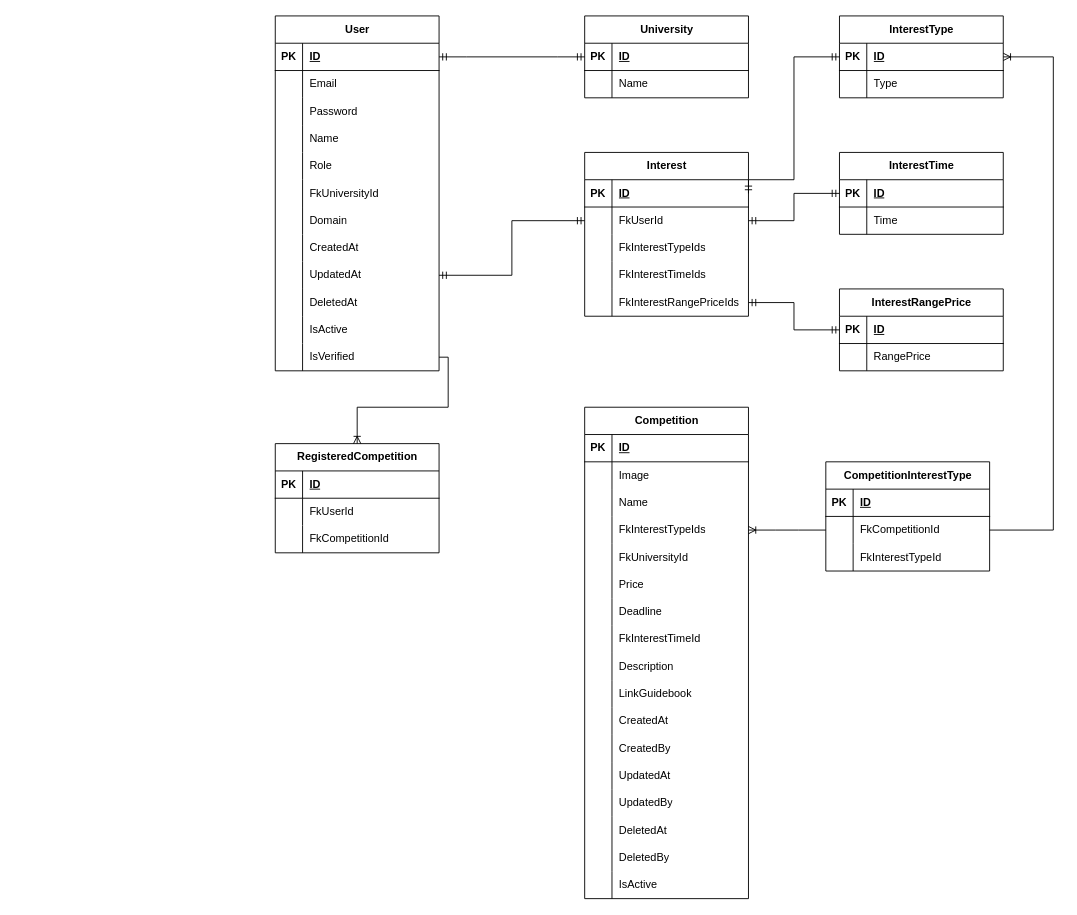
The draw.io diagram compedia.drawio in centwong/Compedia-BE, before the edit. Source tidied: cells renumbered, new cells numbered last; positions are measured from the earlier drawing's top-left corner, leaving out a move shared by most shapes. Both pictures are drawn from the tidied source at 91%, with x=0, y=0 at pixel (275, 15).
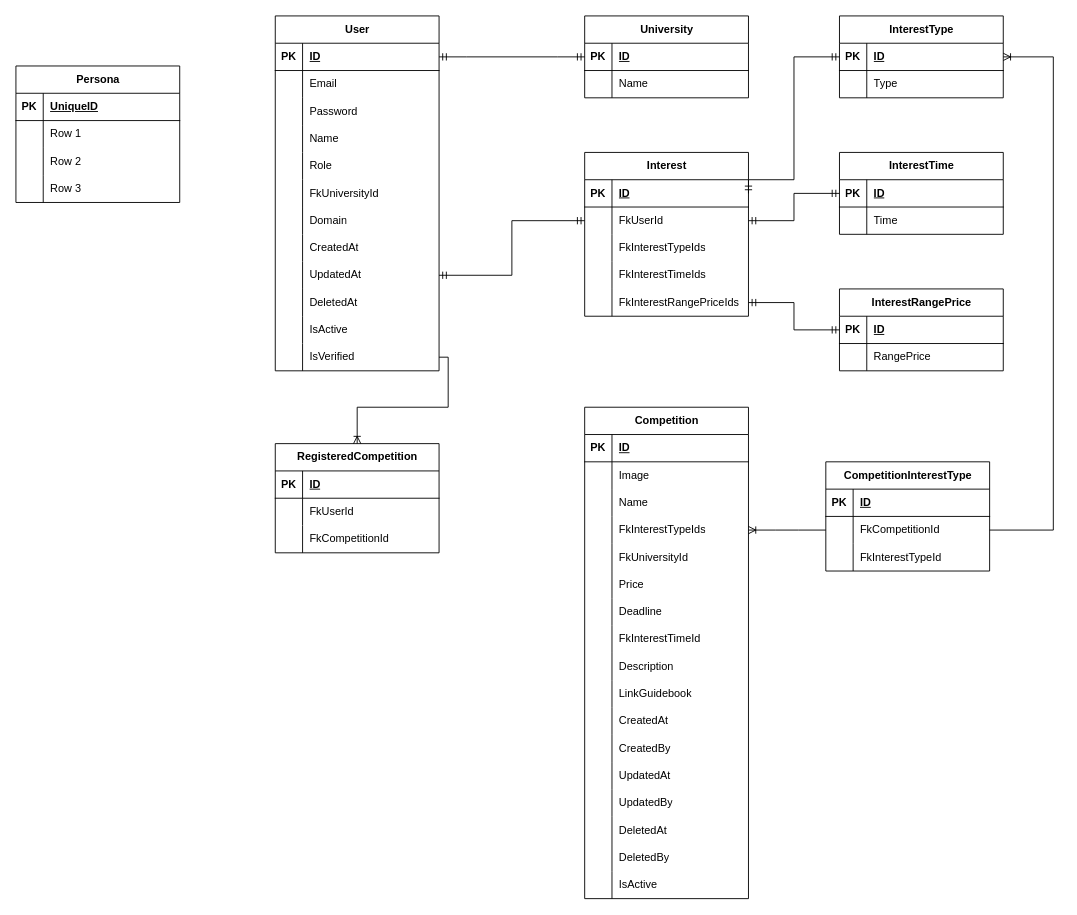
After the change.

Change to the diagram source:
```diff
@@
+    <mxCell id="163" value="Persona" style="shape=table;startSize=30;childLayout=tableLayout;rowLines=0;fontStyle=1;align=center;html=1;" parent="1" vertex="1">
+      <mxGeometry x="-285" y="55" width="180" height="150" as="geometry" />
+    </mxCell>
+    <mxCell id="164" style="shape=tableRow;horizontal=0;startSize=0;swimlaneHead=0;swimlaneBody=0;fillColor=none;top=0;left=0;right=0;bottom=1;" parent="163" vertex="1">
+      <mxGeometry y="30" width="180" height="30" as="geometry" />
+    </mxCell>
+    <mxCell id="165" value="PK" style="shape=partialRectangle;fillColor=none;top=0;left=0;bottom=0;right=0;fontStyle=1;overflow=hidden;whiteSpace=wrap;html=1;" parent="164" vertex="1">
+      <mxGeometry width="30" height="30" as="geometry" />
+    </mxCell>
+    <mxCell id="166" value="UniqueID" style="shape=partialRectangle;fillColor=none;top=0;left=0;bottom=0;right=0;align=left;spacingLeft=6;fontStyle=5;overflow=hidden;whiteSpace=wrap;html=1;" parent="164" vertex="1">
+      <mxGeometry x="30" width="150" height="30" as="geometry" />
+    </mxCell>
+    <mxCell id="167" style="shape=tableRow;horizontal=0;startSize=0;swimlaneHead=0;swimlaneBody=0;fillColor=none;top=0;left=0;right=0;bottom=0;" parent="163" vertex="1">
+      <mxGeometry y="60" width="180" height="30" as="geometry" />
+    </mxCell>
+    <mxCell id="168" style="shape=partialRectangle;fillColor=none;top=0;left=0;bottom=0;right=0;overflow=hidden;whiteSpace=wrap;html=1;" parent="167" vertex="1">
+      <mxGeometry width="30" height="30" as="geometry" />
+    </mxCell>
+    <mxCell id="169" value="Row 1" style="shape=partialRectangle;fillColor=none;top=0;left=0;bottom=0;right=0;align=left;spacingLeft=6;overflow=hidden;whiteSpace=wrap;html=1;" parent="167" vertex="1">
+      <mxGeometry x="30" width="150" height="30" as="geometry" />
+    </mxCell>
+    <mxCell id="170" style="shape=tableRow;horizontal=0;startSize=0;swimlaneHead=0;swimlaneBody=0;fillColor=none;top=0;left=0;right=0;bottom=0;" parent="163" vertex="1">
+      <mxGeometry y="90" width="180" height="30" as="geometry" />
+    </mxCell>
+    <mxCell id="171" style="shape=partialRectangle;fillColor=none;top=0;left=0;bottom=0;right=0;overflow=hidden;whiteSpace=wrap;html=1;" parent="170" vertex="1">
+      <mxGeometry width="30" height="30" as="geometry" />
+    </mxCell>
+    <mxCell id="172" value="Row 2" style="shape=partialRectangle;fillColor=none;top=0;left=0;bottom=0;right=0;align=left;spacingLeft=6;overflow=hidden;whiteSpace=wrap;html=1;" parent="170" vertex="1">
+      <mxGeometry x="30" width="150" height="30" as="geometry" />
+    </mxCell>
+    <mxCell id="173" style="shape=tableRow;horizontal=0;startSize=0;swimlaneHead=0;swimlaneBody=0;fillColor=none;top=0;left=0;right=0;bottom=0;" parent="163" vertex="1">
+      <mxGeometry y="120" width="180" height="30" as="geometry" />
+    </mxCell>
+    <mxCell id="174" style="shape=partialRectangle;fillColor=none;top=0;left=0;bottom=0;right=0;overflow=hidden;whiteSpace=wrap;html=1;" parent="173" vertex="1">
+      <mxGeometry width="30" height="30" as="geometry" />
+    </mxCell>
+    <mxCell id="175" value="Row 3" style="shape=partialRectangle;fillColor=none;top=0;left=0;bottom=0;right=0;align=left;spacingLeft=6;overflow=hidden;whiteSpace=wrap;html=1;" parent="173" vertex="1">
+      <mxGeometry x="30" width="150" height="30" as="geometry" />
+    </mxCell>
```
